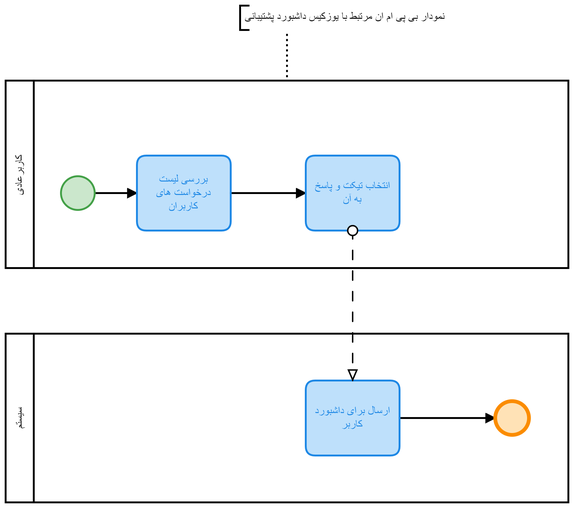
Before: Diagrams/Activity Diagram & bpmn diagram/bpmn/PDF-version/support-dashboard.png, a diagram exported from BPMN (hirezadehghani/website-builder). Its source is kept beside it as Diagrams/Activity Diagram & bpmn diagram/bpmn/support-dashboard.bpmn. Ids are renumbered.
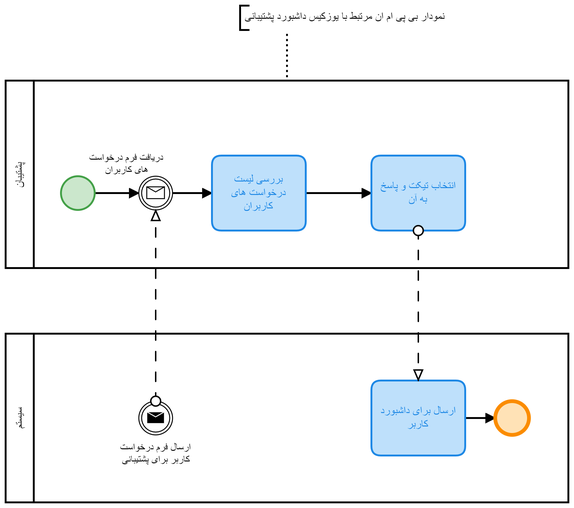
Later version of the same file.

The edit, as a diff of the source:
```diff
@@ -1,8 +1,9 @@
 <bpmn:definitions xmlns:bpmn="http://www.omg.org/spec/BPMN/20100524/MODEL" xmlns:bpmndi="http://www.omg.org/spec/BPMN/20100524/DI" xmlns:dc="http://www.omg.org/spec/DD/20100524/DC" xmlns:di="http://www.omg.org/spec/DD/20100524/DI" xmlns:bioc="http://bpmn.io/schema/bpmn/biocolor/1.0" xmlns:color="http://www.omg.org/spec/BPMN/non-normative/color/1.0" xmlns:modeler="http://camunda.org/schema/modeler/1.0" id="Definitions_n1" targetNamespace="http://bpmn.io/schema/bpmn" exporter="Camunda Modeler" exporterVersion="4.11.1" modeler:executionPlatform="Camunda Platform" modeler:executionPlatformVersion="7.15.0">
   <bpmn:collaboration id="Collaboration_n2">
-    <bpmn:participant id="Participant_n3" name="کاربرعادی" processRef="Process_n4" />
+    <bpmn:participant id="Participant_n3" name="پشتیبان" processRef="Process_n4" />
     <bpmn:participant id="Participant_n5" name="سیستم" processRef="Process_n6" />
     <bpmn:messageFlow id="Flow_n7" sourceRef="Activity_n8" targetRef="Activity_n9" />
+    <bpmn:messageFlow id="Flow_n17" sourceRef="Event_n18" targetRef="Event_n19" />
     <bpmn:textAnnotation id="TextAnnotation_n10">
       <bpmn:text>نمودار بی پی ام ان مرتبط با یوزکیس داشبورد پشتیبانی</bpmn:text>
     </bpmn:textAnnotation>
@@ -12,59 +13,84 @@
     <bpmn:startEvent id="StartEvent_1">
       <bpmn:outgoing>Flow_n12</bpmn:outgoing>
     </bpmn:startEvent>
-    <bpmn:task id="Activity_n13" name="بررسی لیست درخواست های کاربران">
-      <bpmn:incoming>Flow_n12</bpmn:incoming>
-      <bpmn:outgoing>Flow_n14</bpmn:outgoing>
-    </bpmn:task>
+    <bpmn:sequenceFlow id="Flow_n12" sourceRef="StartEvent_1" targetRef="Event_n19" />
+    <bpmn:sequenceFlow id="Flow_n14" sourceRef="Activity_n13" targetRef="Activity_n8" />
     <bpmn:task id="Activity_n8" name="انتخاب تیکت و پاسخ به آن">
       <bpmn:incoming>Flow_n14</bpmn:incoming>
     </bpmn:task>
-    <bpmn:sequenceFlow id="Flow_n12" sourceRef="StartEvent_1" targetRef="Activity_n13" />
-    <bpmn:sequenceFlow id="Flow_n14" sourceRef="Activity_n13" targetRef="Activity_n8" />
+    <bpmn:task id="Activity_n13" name="بررسی لیست درخواست های کاربران">
+      <bpmn:incoming>Flow_n20</bpmn:incoming>
+      <bpmn:outgoing>Flow_n14</bpmn:outgoing>
+    </bpmn:task>
+    <bpmn:intermediateCatchEvent id="Event_n19" name="دریافت فرم درخواست های کاربران">
+      <bpmn:incoming>Flow_n12</bpmn:incoming>
+      <bpmn:outgoing>Flow_n20</bpmn:outgoing>
+      <bpmn:messageEventDefinition id="MessageEventDefinition_n21" />
+    </bpmn:intermediateCatchEvent>
+    <bpmn:sequenceFlow id="Flow_n20" sourceRef="Event_n19" targetRef="Activity_n13" />
   </bpmn:process>
   <bpmn:process id="Process_n6" isExecutable="false">
-    <bpmn:task id="Activity_n9" name="ارسال برای داشبورد کاربر">
-      <bpmn:outgoing>Flow_n15</bpmn:outgoing>
-    </bpmn:task>
     <bpmn:endEvent id="Event_n16">
       <bpmn:incoming>Flow_n15</bpmn:incoming>
     </bpmn:endEvent>
     <bpmn:sequenceFlow id="Flow_n15" sourceRef="Activity_n9" targetRef="Event_n16" />
+    <bpmn:intermediateThrowEvent id="Event_n18" name="ارسال فرم درخواست کاربر برای پشتیبانی">
+      <bpmn:messageEventDefinition id="MessageEventDefinition_n22" />
+    </bpmn:intermediateThrowEvent>
+    <bpmn:task id="Activity_n9" name="ارسال برای داشبورد کاربر">
+      <bpmn:outgoing>Flow_n15</bpmn:outgoing>
+    </bpmn:task>
   </bpmn:process>
   <bpmndi:BPMNDiagram id="BPMNDiagram_1">
     <bpmndi:BPMNPlane id="BPMNPlane_1" bpmnElement="Collaboration_n2">
       <bpmndi:BPMNShape id="Participant_n3_di" bpmnElement="Participant_n3" isHorizontal="true">
         <dc:Bounds x="160" y="160" width="600" height="200" />
       </bpmndi:BPMNShape>
+      <bpmndi:BPMNEdge id="Flow_n14_di" bpmnElement="Flow_n14">
+        <di:waypoint x="480" y="280" />
+        <di:waypoint x="550" y="280" />
+      </bpmndi:BPMNEdge>
       <bpmndi:BPMNEdge id="Flow_n12_di" bpmnElement="Flow_n12">
         <di:waypoint x="255" y="280" />
-        <di:waypoint x="300" y="280" />
+        <di:waypoint x="302" y="280" />
       </bpmndi:BPMNEdge>
-      <bpmndi:BPMNEdge id="Flow_n14_di" bpmnElement="Flow_n14">
-        <di:waypoint x="400" y="280" />
-        <di:waypoint x="480" y="280" />
+      <bpmndi:BPMNEdge id="Flow_n20_di" bpmnElement="Flow_n20">
+        <di:waypoint x="338" y="280" />
+        <di:waypoint x="380" y="280" />
       </bpmndi:BPMNEdge>
       <bpmndi:BPMNShape id="_BPMNShape_StartEvent_2" bpmnElement="StartEvent_1" bioc:stroke="#43a047" bioc:fill="#c8e6c9" color:background-color="#c8e6c9" color:border-color="#43a047">
         <dc:Bounds x="219" y="262" width="36" height="36" />
       </bpmndi:BPMNShape>
+      <bpmndi:BPMNShape id="Activity_n8_di" bpmnElement="Activity_n8" bioc:stroke="#1e88e5" bioc:fill="#bbdefb" color:background-color="#bbdefb" color:border-color="#1e88e5">
+        <dc:Bounds x="550" y="240" width="100" height="80" />
+      </bpmndi:BPMNShape>
       <bpmndi:BPMNShape id="Activity_n13_di" bpmnElement="Activity_n13" bioc:stroke="#1e88e5" bioc:fill="#bbdefb" color:background-color="#bbdefb" color:border-color="#1e88e5">
-        <dc:Bounds x="300" y="240" width="100" height="80" />
+        <dc:Bounds x="380" y="240" width="100" height="80" />
       </bpmndi:BPMNShape>
-      <bpmndi:BPMNShape id="Activity_n8_di" bpmnElement="Activity_n8" bioc:stroke="#1e88e5" bioc:fill="#bbdefb" color:background-color="#bbdefb" color:border-color="#1e88e5">
-        <dc:Bounds x="480" y="240" width="100" height="80" />
+      <bpmndi:BPMNShape id="Event_0h0qiwb_di" bpmnElement="Event_n19">
+        <dc:Bounds x="302" y="262" width="36" height="36" />
+        <bpmndi:BPMNLabel>
+          <dc:Bounds x="249" y="235.5" width="81" height="27" />
+        </bpmndi:BPMNLabel>
       </bpmndi:BPMNShape>
       <bpmndi:BPMNShape id="Participant_n5_di" bpmnElement="Participant_n5" isHorizontal="true">
         <dc:Bounds x="160" y="430" width="600" height="180" />
       </bpmndi:BPMNShape>
       <bpmndi:BPMNEdge id="Flow_n15_di" bpmnElement="Flow_n15">
-        <di:waypoint x="580" y="520" />
+        <di:waypoint x="650" y="520" />
         <di:waypoint x="682" y="520" />
       </bpmndi:BPMNEdge>
-      <bpmndi:BPMNShape id="Activity_n9_di" bpmnElement="Activity_n9" bioc:stroke="#1e88e5" bioc:fill="#bbdefb" color:background-color="#bbdefb" color:border-color="#1e88e5">
-        <dc:Bounds x="480" y="480" width="100" height="80" />
-      </bpmndi:BPMNShape>
       <bpmndi:BPMNShape id="Event_n16_di" bpmnElement="Event_n16" bioc:stroke="#fb8c00" bioc:fill="#ffe0b2" color:background-color="#ffe0b2" color:border-color="#fb8c00">
         <dc:Bounds x="682" y="502" width="36" height="36" />
+      </bpmndi:BPMNShape>
+      <bpmndi:BPMNShape id="Event_0h02f4b_di" bpmnElement="Event_n18">
+        <dc:Bounds x="302" y="502" width="36" height="36" />
+        <bpmndi:BPMNLabel>
+          <dc:Bounds x="282" y="545" width="77" height="27" />
+        </bpmndi:BPMNLabel>
+      </bpmndi:BPMNShape>
+      <bpmndi:BPMNShape id="Activity_n9_di" bpmnElement="Activity_n9" bioc:stroke="#1e88e5" bioc:fill="#bbdefb" color:background-color="#bbdefb" color:border-color="#1e88e5">
+        <dc:Bounds x="550" y="480" width="100" height="80" />
       </bpmndi:BPMNShape>
       <bpmndi:BPMNShape id="TextAnnotation_n10_di" bpmnElement="TextAnnotation_n10">
         <dc:Bounds x="410" y="80" width="320" height="26" />
@@ -74,8 +100,12 @@
         <di:waypoint x="460" y="106" />
       </bpmndi:BPMNEdge>
       <bpmndi:BPMNEdge id="Flow_n7_di" bpmnElement="Flow_n7">
-        <di:waypoint x="530" y="320" />
-        <di:waypoint x="530" y="480" />
+        <di:waypoint x="600" y="320" />
+        <di:waypoint x="600" y="480" />
+      </bpmndi:BPMNEdge>
+      <bpmndi:BPMNEdge id="Flow_n17_di" bpmnElement="Flow_n17">
+        <di:waypoint x="320" y="502" />
+        <di:waypoint x="320" y="298" />
       </bpmndi:BPMNEdge>
     </bpmndi:BPMNPlane>
   </bpmndi:BPMNDiagram>
```
